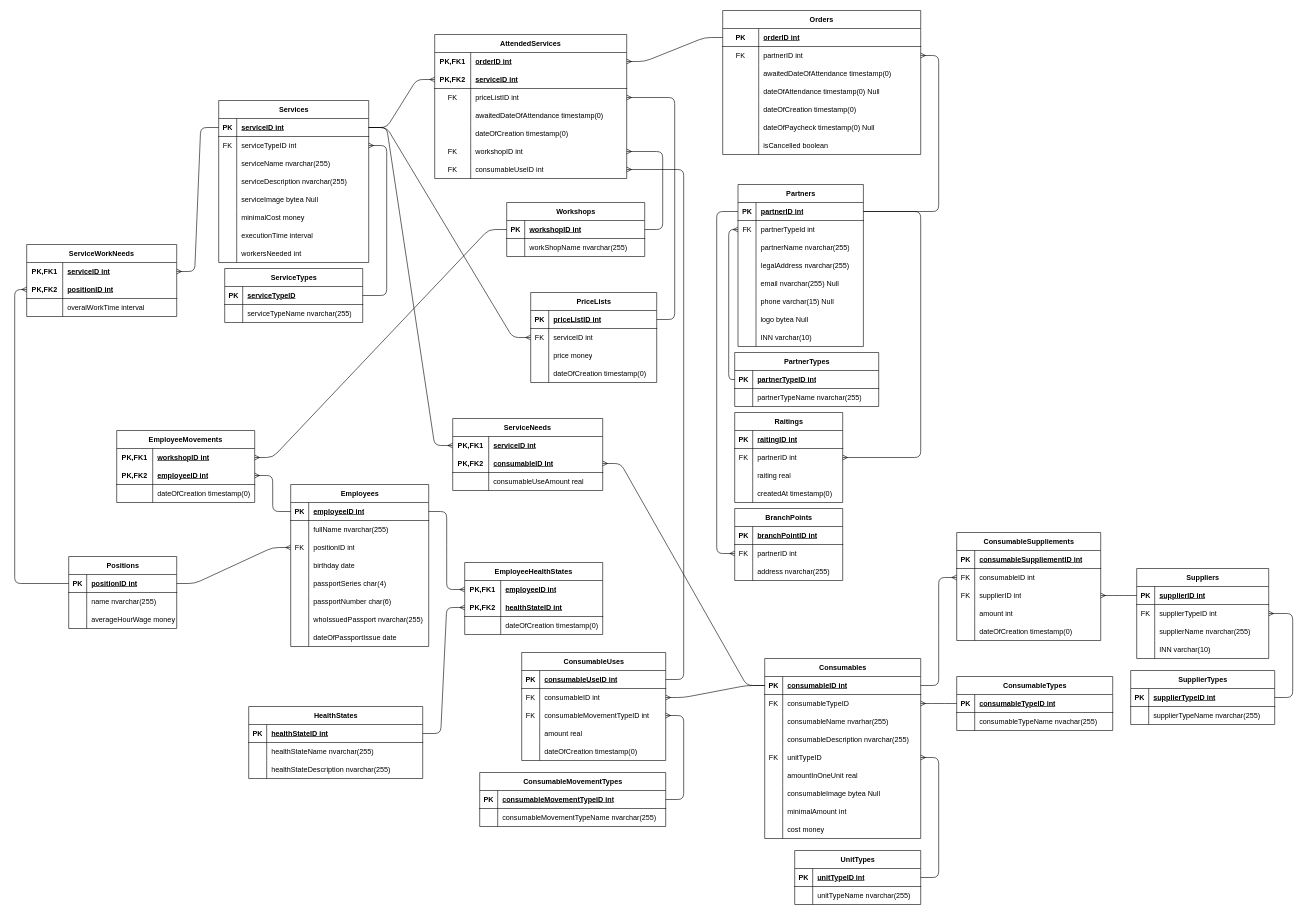
jecsonM/My-studPractice4Course keeps this draw.io diagram as Схемы/ER_DB_diagram.drawio. Above is the earlier version. Source tidied: cells renumbered, new cells numbered last; positions are measured from the earlier drawing's top-left corner, leaving out a move shared by most shapes. Both pictures are drawn from the tidied source at 60%, with x=0, y=0 at pixel (14, 10).
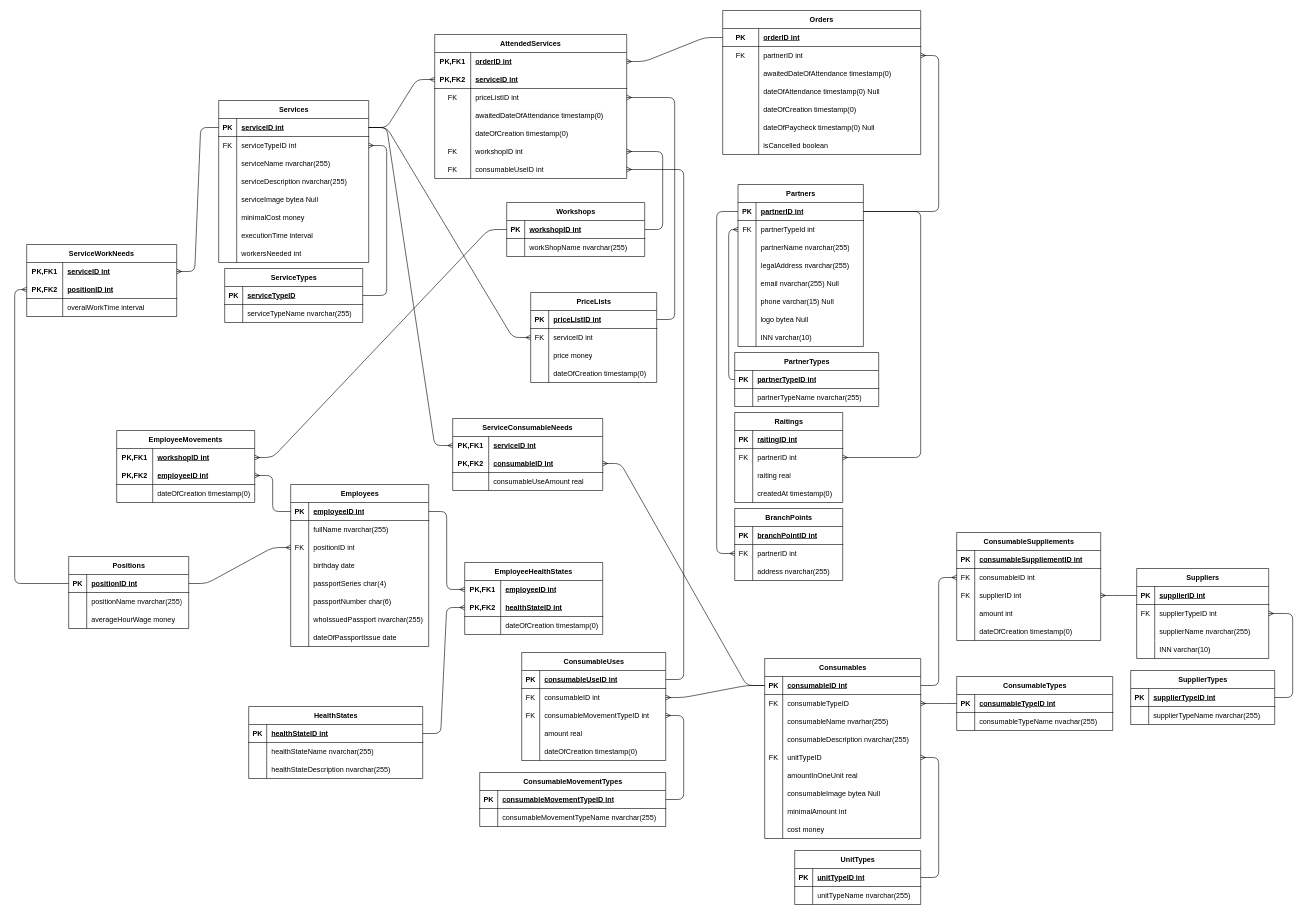
The same page after the edit.

What changed in the source:
```diff
@@
-    <mxCell id="276" value="ServiceNeeds" style="shape=table;startSize=30;childLayout=tableLayout;rowLines=0;fontStyle=1;align=center;html=1;whiteSpace=wrap;" parent="1" vertex="1">
+    <mxCell id="276" value="ServiceConsumableNeeds" style="shape=table;startSize=30;childLayout=tableLayout;rowLines=0;fontStyle=1;align=center;html=1;whiteSpace=wrap;" parent="1" vertex="1">
       <mxGeometry x="730" y="680" width="250" height="120" as="geometry" />
     </mxCell>
@@
     <mxCell id="353" value="Positions" style="shape=table;startSize=30;childLayout=tableLayout;rowLines=0;fontStyle=1;align=center;html=1;" parent="1" vertex="1">
-      <mxGeometry x="90" y="910" width="180" height="120" as="geometry" />
+      <mxGeometry x="90" y="910" width="200" height="120" as="geometry" />
     </mxCell>
     <mxCell id="354" style="shape=tableRow;horizontal=0;startSize=0;swimlaneHead=0;swimlaneBody=0;fillColor=none;points=[[0,0.5],[1,0.5]];portConstraint=eastwest;top=0;left=0;right=0;bottom=1;" parent="353" vertex="1">
-      <mxGeometry y="30" width="180" height="30" as="geometry" />
+      <mxGeometry y="30" width="200" height="30" as="geometry" />
     </mxCell>
@@
     <mxCell id="356" value="positionID int" style="shape=partialRectangle;fillColor=none;top=0;left=0;bottom=0;right=0;align=left;spacingLeft=6;fontStyle=5;overflow=hidden;whiteSpace=wrap;html=1;" parent="354" vertex="1">
-      <mxGeometry x="30" width="150" height="30" as="geometry" />
+      <mxGeometry x="30" width="170" height="30" as="geometry" />
     </mxCell>
     <mxCell id="357" style="shape=tableRow;horizontal=0;startSize=0;swimlaneHead=0;swimlaneBody=0;fillColor=none;top=0;left=0;right=0;bottom=0;" parent="353" vertex="1">
-      <mxGeometry y="60" width="180" height="30" as="geometry" />
+      <mxGeometry y="60" width="200" height="30" as="geometry" />
     </mxCell>
@@
-    <mxCell id="359" value="&lt;span style=&quot;color: rgb(0, 0, 0); text-wrap-mode: nowrap;&quot;&gt;name nvarchar(255)&lt;/span&gt;" style="shape=partialRectangle;fillColor=none;top=0;left=0;bottom=0;right=0;align=left;spacingLeft=6;overflow=hidden;whiteSpace=wrap;html=1;" parent="357" vertex="1">
-      <mxGeometry x="30" width="150" height="30" as="geometry" />
+    <mxCell id="359" value="&lt;span style=&quot;color: rgb(0, 0, 0); text-wrap-mode: nowrap;&quot;&gt;positionName nvarchar(255)&lt;/span&gt;" style="shape=partialRectangle;fillColor=none;top=0;left=0;bottom=0;right=0;align=left;spacingLeft=6;overflow=hidden;whiteSpace=wrap;html=1;" parent="357" vertex="1">
+      <mxGeometry x="30" width="170" height="30" as="geometry" />
     </mxCell>
     <mxCell id="360" style="shape=tableRow;horizontal=0;startSize=0;swimlaneHead=0;swimlaneBody=0;fillColor=none;top=0;left=0;right=0;bottom=0;" parent="353" vertex="1">
-      <mxGeometry y="90" width="180" height="30" as="geometry" />
+      <mxGeometry y="90" width="200" height="30" as="geometry" />
     </mxCell>
@@
     <mxCell id="362" value="averageHourWage money" style="shape=partialRectangle;fillColor=none;top=0;left=0;bottom=0;right=0;align=left;spacingLeft=6;overflow=hidden;whiteSpace=wrap;html=1;" parent="360" vertex="1">
-      <mxGeometry x="30" width="150" height="30" as="geometry" />
+      <mxGeometry x="30" width="170" height="30" as="geometry" />
     </mxCell>
```
